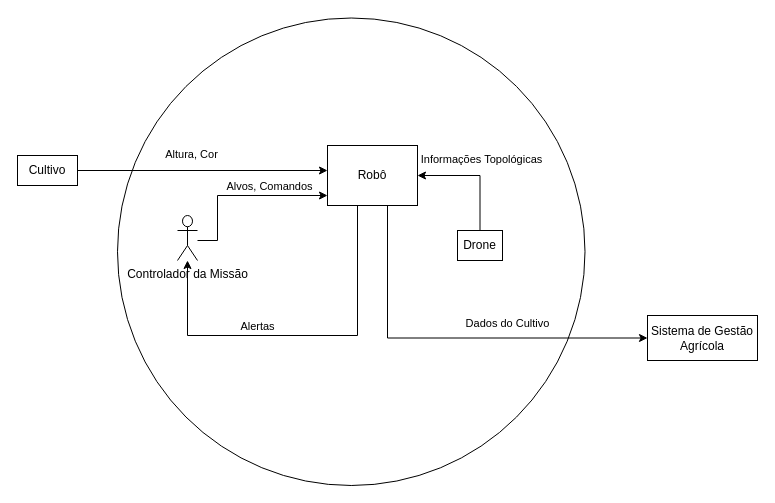
This is fase-1-iniciacao/diagramas/diagrama-contexto.drawio from elisrb/projeto-si, a draw.io file, before an edit. Source tidied: cells renumbered, new cells numbered last; positions are measured from the earlier drawing's top-left corner, leaving out a move shared by most shapes. Both pictures are drawn from the tidied source at 100%, with x=0, y=0 at pixel (17, 17).
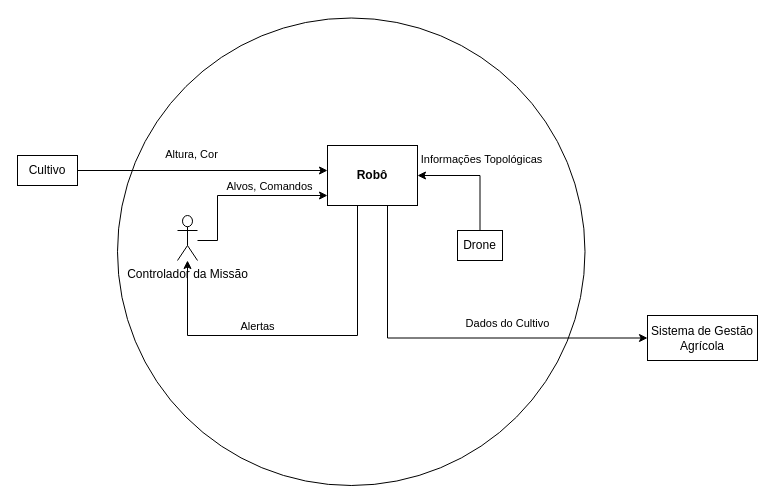
Above is the later version.

Diff of the diagram source:
```diff
@@
-    <mxCell id="7" value="Robô" style="rounded=0;whiteSpace=wrap;html=1;" parent="1" vertex="1">
+    <mxCell id="7" value="&lt;b&gt;Robô&lt;/b&gt;" style="rounded=0;whiteSpace=wrap;html=1;" parent="1" vertex="1">
       <mxGeometry x="310" y="128" width="90" height="60" as="geometry" />
     </mxCell>
```
